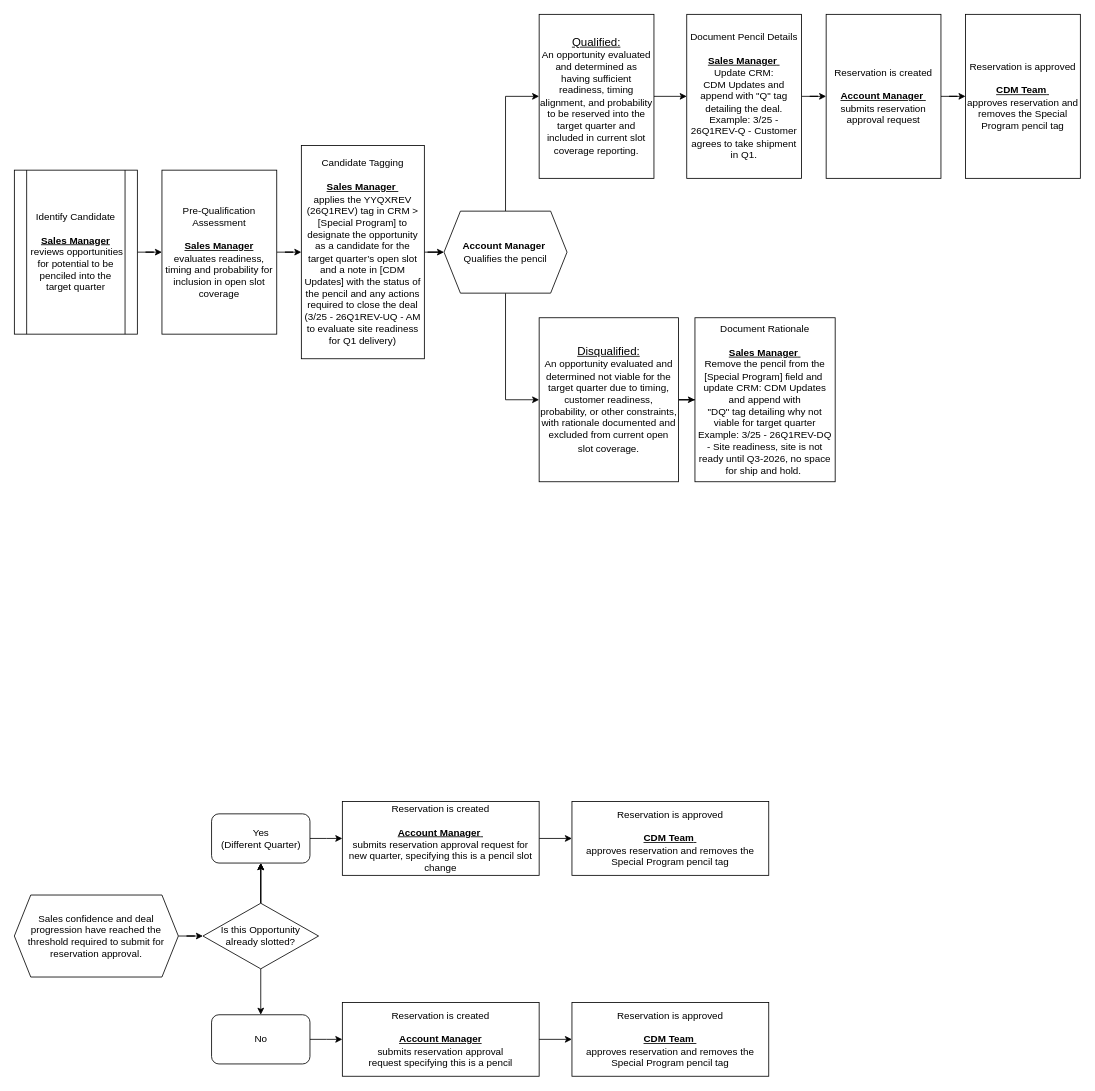
Above: page "R2-Landscape" (6 of 7) of md/Slot Optimization Program Qualification.drawio in dclose84/Training (draw.io), before the change. Source tidied: cells renumbered, new cells numbered last; positions are measured from the earlier drawing's top-left corner, leaving out a move shared by most shapes. Both pictures are drawn from the tidied source at 82%, with x=0, y=0 at pixel (14, 14).
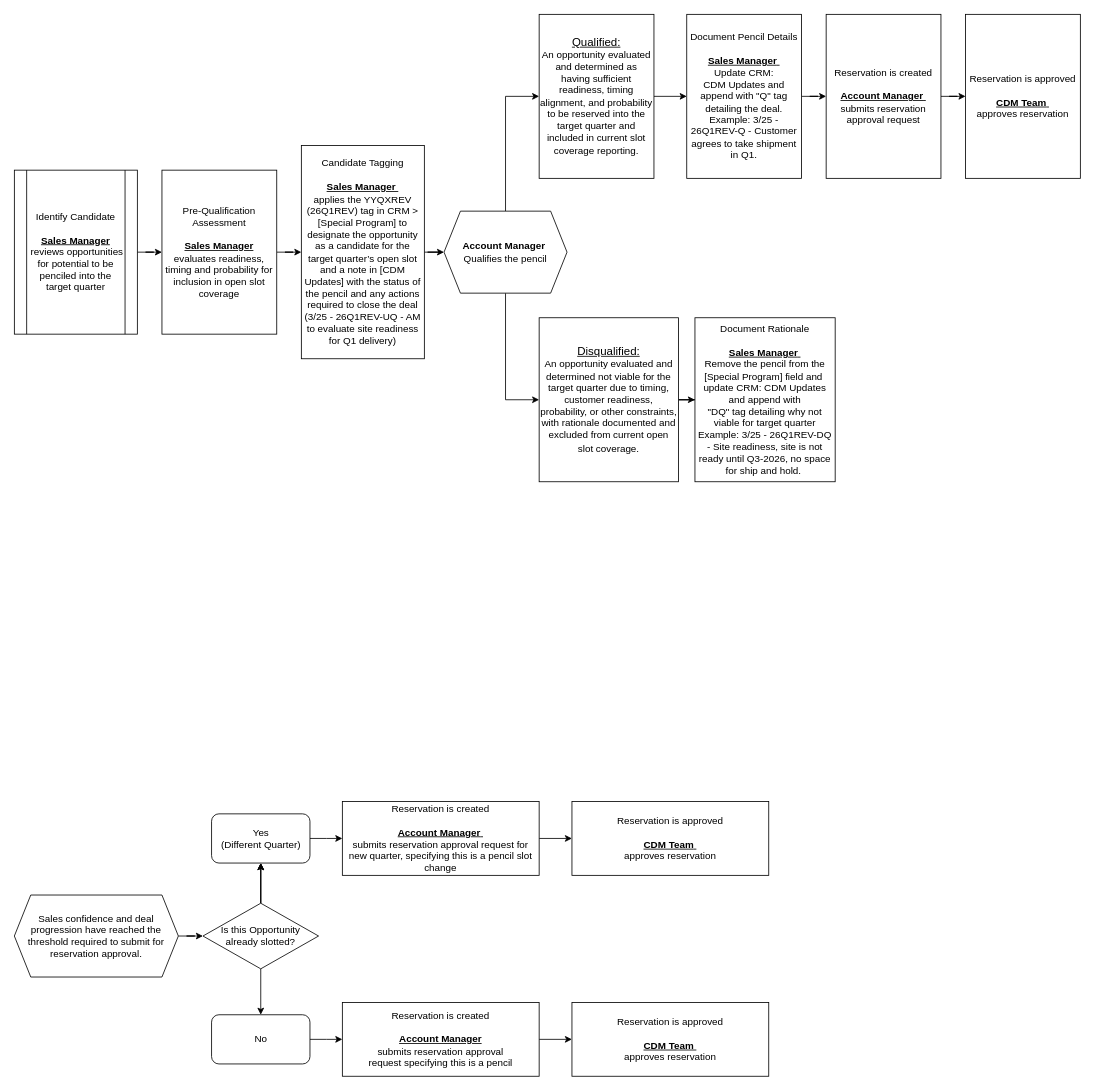
The same page after the edit.

Change to the diagram source:
```diff
@@
-    <mxCell id="31" value="&lt;div&gt;Reservation is approved&lt;/div&gt;&lt;div&gt;&lt;br&gt;&lt;/div&gt;&lt;div&gt;&lt;u&gt;&lt;b&gt;CDM Team&amp;nbsp;&lt;/b&gt;&lt;/u&gt;&lt;/div&gt;&lt;div&gt;approves reservation and removes the Special Program&lt;span style=&quot;background-color: transparent; color: light-dark(rgb(0, 0, 0), rgb(255, 255, 255));&quot;&gt;&amp;nbsp;pencil tag&lt;/span&gt;&lt;br&gt;&lt;/div&gt;" style="rounded=0;whiteSpace=wrap;html=1;strokeColor=default;align=center;verticalAlign=middle;fontFamily=Helvetica;fontSize=12;fontColor=default;fillColor=default;" parent="1" vertex="1">
+    <mxCell id="31" value="&lt;div&gt;Reservation is approved&lt;/div&gt;&lt;div&gt;&lt;br&gt;&lt;/div&gt;&lt;div&gt;&lt;u&gt;&lt;b&gt;CDM Team&amp;nbsp;&lt;/b&gt;&lt;/u&gt;&lt;/div&gt;&lt;div&gt;approves reservation&lt;br&gt;&lt;/div&gt;" style="rounded=0;whiteSpace=wrap;html=1;strokeColor=default;align=center;verticalAlign=middle;fontFamily=Helvetica;fontSize=12;fontColor=default;fillColor=default;" parent="1" vertex="1">
       <mxGeometry x="680" y="1205" width="240" height="90" as="geometry" />
     </mxCell>
-    <mxCell id="32" value="&lt;div&gt;Reservation is approved&lt;/div&gt;&lt;div&gt;&lt;br&gt;&lt;/div&gt;&lt;div&gt;&lt;u&gt;&lt;b&gt;CDM Team&lt;/b&gt;&amp;nbsp;&lt;/u&gt;&lt;/div&gt;&lt;div&gt;approves reservation and removes the Special Program&lt;span style=&quot;background-color: transparent; color: light-dark(rgb(0, 0, 0), rgb(255, 255, 255));&quot;&gt;&amp;nbsp;pencil tag&lt;/span&gt;&lt;br&gt;&lt;/div&gt;" style="rounded=0;whiteSpace=wrap;html=1;strokeColor=default;align=center;verticalAlign=middle;fontFamily=Helvetica;fontSize=12;fontColor=default;fillColor=default;" parent="1" vertex="1">
+    <mxCell id="32" value="&lt;div&gt;Reservation is approved&lt;/div&gt;&lt;div&gt;&lt;br&gt;&lt;/div&gt;&lt;div&gt;&lt;u&gt;&lt;b&gt;CDM Team&lt;/b&gt;&amp;nbsp;&lt;/u&gt;&lt;/div&gt;&lt;div&gt;approves reservation&lt;br&gt;&lt;/div&gt;" style="rounded=0;whiteSpace=wrap;html=1;strokeColor=default;align=center;verticalAlign=middle;fontFamily=Helvetica;fontSize=12;fontColor=default;fillColor=default;" parent="1" vertex="1">
       <mxGeometry x="680" y="960" width="240" height="90" as="geometry" />
     </mxCell>
@@
-    <mxCell id="35" value="&lt;div&gt;Reservation is approved&lt;/div&gt;&lt;div&gt;&lt;br&gt;&lt;/div&gt;&lt;div&gt;&lt;u&gt;&lt;b&gt;CDM Team&lt;/b&gt;&amp;nbsp;&lt;/u&gt;&lt;/div&gt;&lt;div&gt;approves reservation and removes the Special Program&lt;span style=&quot;background-color: transparent; color: light-dark(rgb(0, 0, 0), rgb(255, 255, 255));&quot;&gt;&amp;nbsp;pencil tag&lt;/span&gt;&lt;br&gt;&lt;/div&gt;" style="rounded=0;whiteSpace=wrap;html=1;strokeColor=default;align=center;verticalAlign=middle;fontFamily=Helvetica;fontSize=12;fontColor=default;fillColor=default;" parent="1" vertex="1">
+    <mxCell id="35" value="&lt;div&gt;Reservation is approved&lt;/div&gt;&lt;div&gt;&lt;br&gt;&lt;/div&gt;&lt;div&gt;&lt;u&gt;&lt;b&gt;CDM Team&lt;/b&gt;&amp;nbsp;&lt;/u&gt;&lt;/div&gt;&lt;div&gt;approves reservation&lt;br&gt;&lt;/div&gt;" style="rounded=0;whiteSpace=wrap;html=1;strokeColor=default;align=center;verticalAlign=middle;fontFamily=Helvetica;fontSize=12;fontColor=default;fillColor=default;" parent="1" vertex="1">
       <mxGeometry x="1160" width="140" height="200" as="geometry" />
     </mxCell>
```
